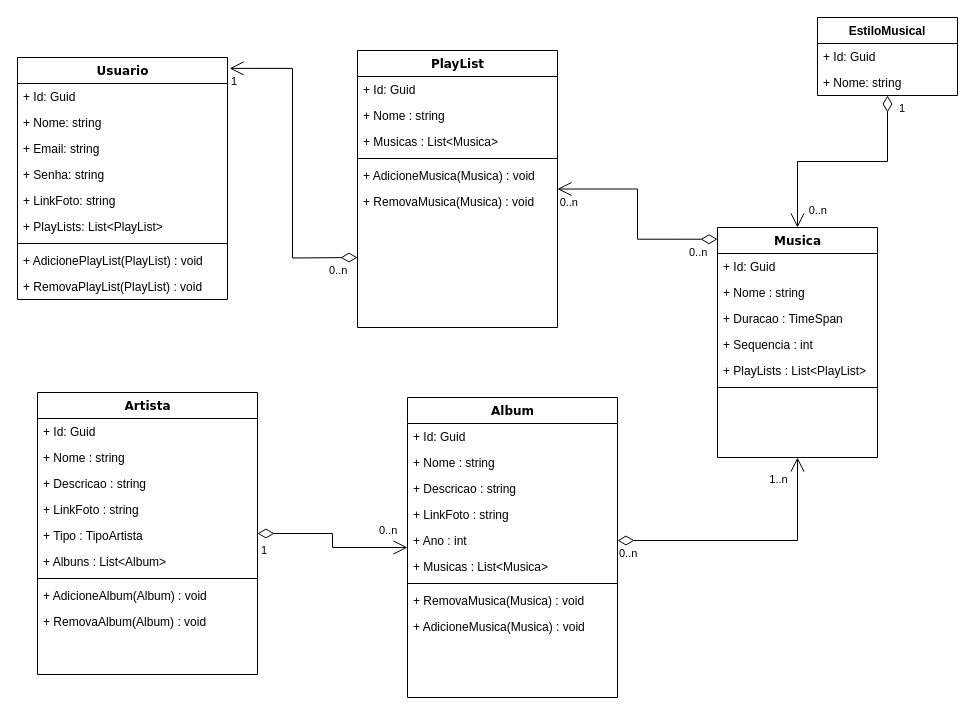
jaiconM/PushPlay keeps this draw.io diagram as PushPlay.Domain/Diagrama/PushPlay.drawio. Above is the earlier version. Source tidied: cells renumbered, new cells numbered last; positions are measured from the earlier drawing's top-left corner, leaving out a move shared by most shapes. Both pictures are drawn from the tidied source at 100%, with x=0, y=0 at pixel (17, 17).
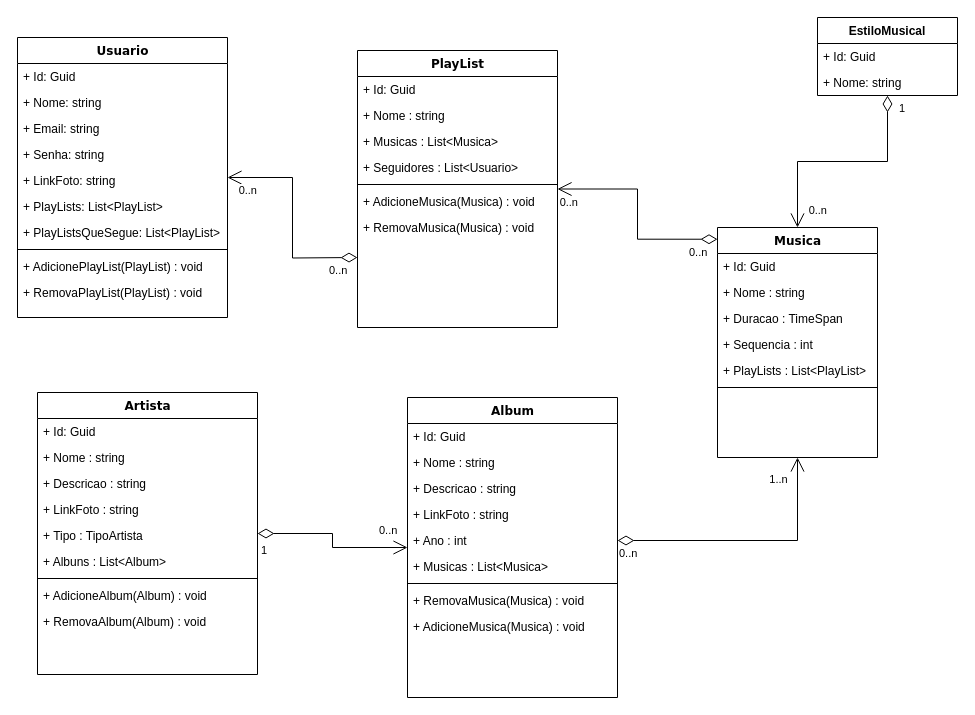
After the change.

The change refers to these unchanged cells:
```xml
<mxCell id="12" value="PlayList" style="swimlane;html=1;fontStyle=1;align=center;verticalAlign=top;horizontal=1;startSize=26;swimlaneFillColor=#ffffff;rounded=0;shadow=0;comic=0;labelBackgroundColor=none;strokeWidth=1;fillColor=none;fontFamily=Verdana;fontSize=12;" parent="1" vertex="1">
  <mxGeometry x="340" y="33" width="200" height="277" as="geometry" />
</mxCell>
```

Diff of the diagram source:
```diff
@@
     <mxCell id="2" value="Usuario" style="swimlane;html=1;fontStyle=1;align=center;verticalAlign=top;horizontal=1;startSize=26;swimlaneFillColor=#ffffff;rounded=0;shadow=0;comic=0;labelBackgroundColor=none;strokeWidth=1;fillColor=none;fontFamily=Verdana;fontSize=12;" parent="1" vertex="1">
-      <mxGeometry y="40" width="210" height="242" as="geometry" />
+      <mxGeometry y="20" width="210" height="280" as="geometry" />
     </mxCell>
@@
+    <mxCell id="64" value="+ PlayListsQueSegue: List&amp;lt;PlayList&amp;gt;" style="text;html=1;strokeColor=none;fillColor=none;align=left;verticalAlign=top;spacingLeft=4;spacingRight=4;whiteSpace=wrap;overflow=hidden;" parent="2" vertex="1">
+      <mxGeometry y="182" width="210" height="26" as="geometry" />
+    </mxCell>
     <mxCell id="9" style="line;html=1;strokeWidth=1;fillColor=none;align=left;verticalAlign=middle;spacingTop=-1;spacingLeft=3;spacingRight=3;labelPosition=right;" parent="2" vertex="1">
-      <mxGeometry y="182" width="210" height="8" as="geometry" />
+      <mxGeometry y="208" width="210" height="8" as="geometry" />
     </mxCell>
     <mxCell id="10" value="+ AdicionePlayList(PlayList) : void" style="text;html=1;strokeColor=none;fillColor=none;align=left;verticalAlign=top;spacingLeft=4;spacingRight=4;whiteSpace=wrap;overflow=hidden;" parent="2" vertex="1">
-      <mxGeometry y="190" width="210" height="26" as="geometry" />
+      <mxGeometry y="216" width="210" height="26" as="geometry" />
     </mxCell>
     <mxCell id="11" value="+ RemovaPlayList(PlayList) : void" style="text;html=1;strokeColor=none;fillColor=none;align=left;verticalAlign=top;spacingLeft=4;spacingRight=4;whiteSpace=wrap;overflow=hidden;" parent="2" vertex="1">
-      <mxGeometry y="216" width="210" height="26" as="geometry" />
+      <mxGeometry y="242" width="210" height="26" as="geometry" />
     </mxCell>
@@
+    <mxCell id="65" value="+&amp;nbsp;Seguidores : List&amp;lt;Usuario&amp;gt;" style="text;html=1;strokeColor=none;fillColor=none;align=left;verticalAlign=top;spacingLeft=4;spacingRight=4;whiteSpace=wrap;overflow=hidden;" parent="12" vertex="1">
+      <mxGeometry y="104" width="200" height="26" as="geometry" />
+    </mxCell>
     <mxCell id="16" style="line;html=1;strokeWidth=1;fillColor=none;align=left;verticalAlign=middle;spacingTop=-1;spacingLeft=3;spacingRight=3;labelPosition=right;" parent="12" vertex="1">
-      <mxGeometry y="104" width="200" height="8" as="geometry" />
+      <mxGeometry y="130" width="200" height="8" as="geometry" />
     </mxCell>
     <mxCell id="17" value="+ AdicioneMusica(Musica) : void" style="text;html=1;strokeColor=none;fillColor=none;align=left;verticalAlign=top;spacingLeft=4;spacingRight=4;whiteSpace=wrap;overflow=hidden;" parent="12" vertex="1">
-      <mxGeometry y="112" width="200" height="26" as="geometry" />
+      <mxGeometry y="138" width="200" height="26" as="geometry" />
     </mxCell>
     <mxCell id="18" value="+ RemovaMusica(Musica) : void" style="text;html=1;strokeColor=none;fillColor=none;align=left;verticalAlign=top;spacingLeft=4;spacingRight=4;whiteSpace=wrap;overflow=hidden;" parent="12" vertex="1">
-      <mxGeometry y="138" width="200" height="26" as="geometry" />
+      <mxGeometry y="164" width="200" height="26" as="geometry" />
     </mxCell>
-    <mxCell id="19" style="endArrow=open;html=1;endSize=12;startArrow=diamondThin;startSize=14;startFill=0;edgeStyle=orthogonalEdgeStyle;rounded=0;entryX=1.01;entryY=0.045;entryDx=0;entryDy=0;entryPerimeter=0;" parent="12" edge="1" target="2">
+    <mxCell id="19" style="endArrow=open;html=1;endSize=12;startArrow=diamondThin;startSize=14;startFill=0;edgeStyle=orthogonalEdgeStyle;rounded=0;" parent="12" edge="1" target="2">
       <mxGeometry relative="1" as="geometry">
         <mxPoint y="207" as="sourcePoint" />
       </mxGeometry>
     </mxCell>
@@
-    <mxCell id="21" value="1" style="edgeLabel;html=1;align=right;verticalAlign=top;" parent="19" vertex="1">
+    <mxCell id="21" value="0..n" style="edgeLabel;html=1;align=right;verticalAlign=top;" parent="19" vertex="1">
       <mxGeometry x="1" relative="1" as="geometry">
-        <mxPoint x="8" as="offset" />
+        <mxPoint x="30" as="offset" />
       </mxGeometry>
     </mxCell>
```
